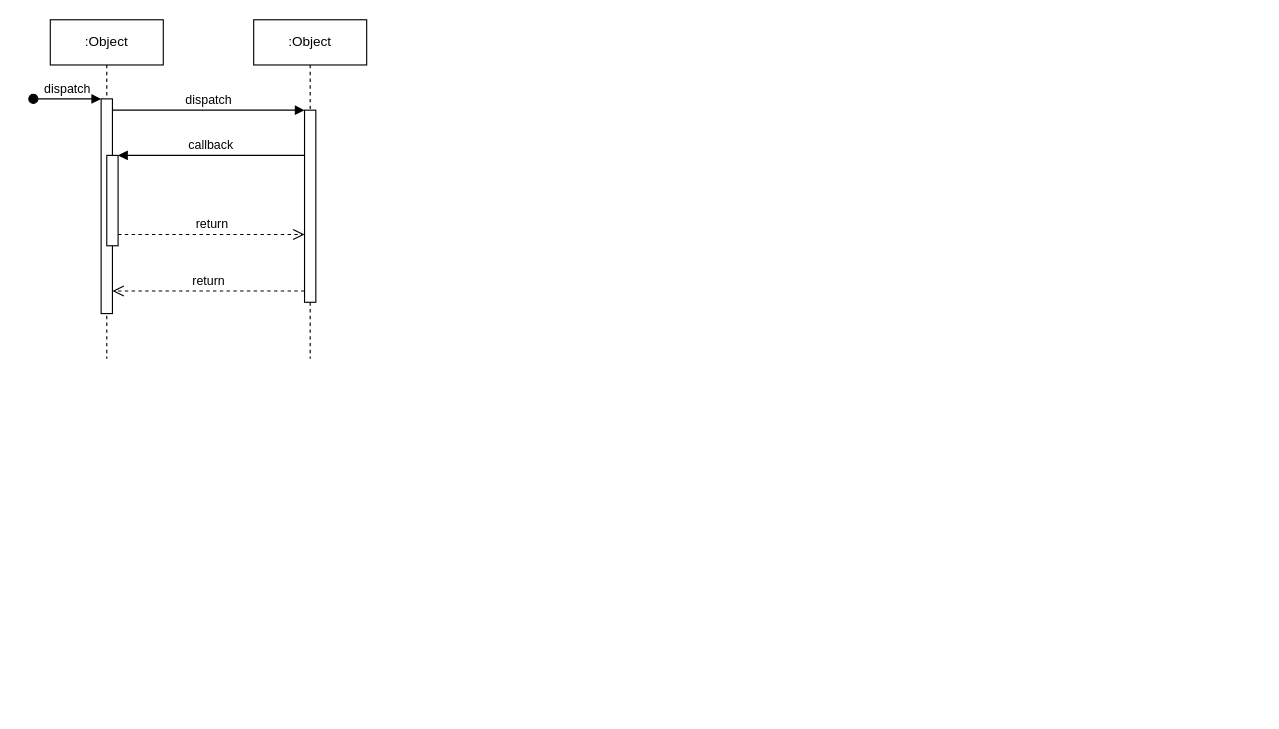
Earlier version of the draw.io diagram Untitled Diagram.drawio (htran170642/Airflow-Tutorial). Source tidied: cells renumbered, new cells numbered last; positions are measured from the earlier drawing's top-left corner, leaving out a move shared by most shapes. Both pictures are drawn from the tidied source at 113%, with x=0, y=0 at pixel (33, 19).
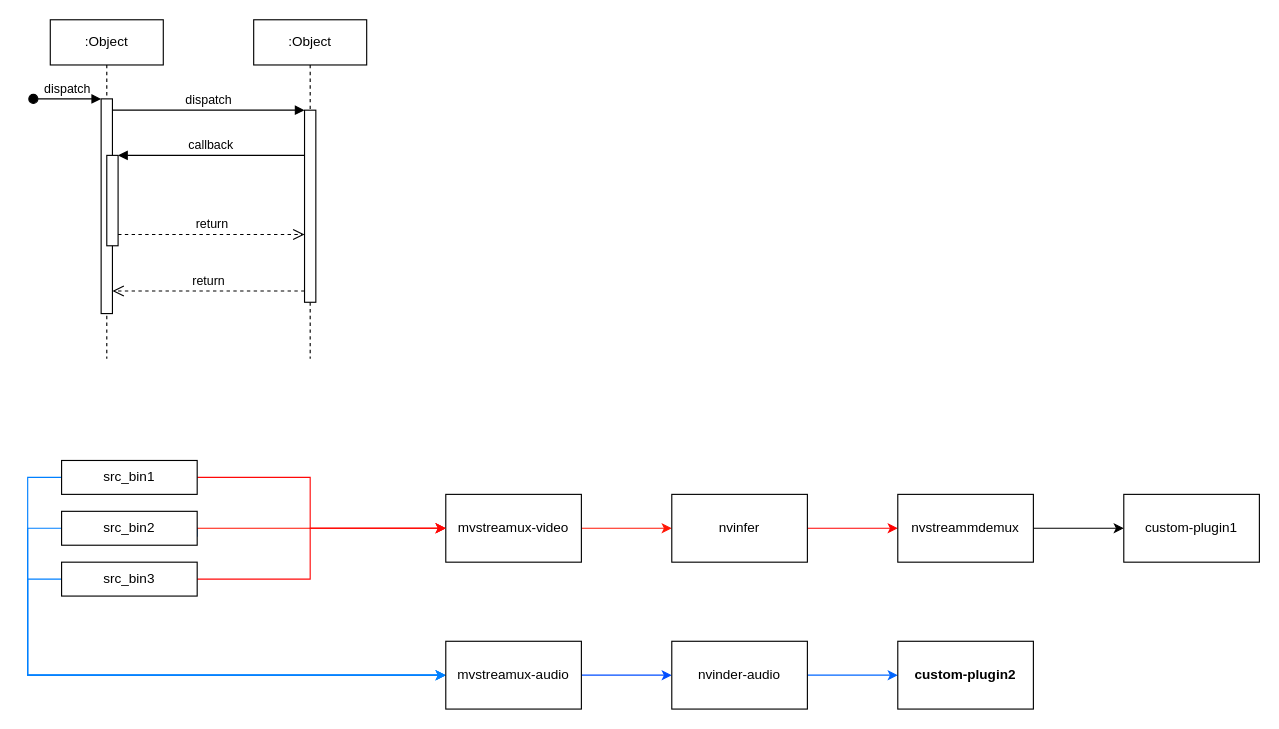
After the change.

Change to the diagram source:
```diff
@@
+    <mxCell id="12" style="edgeStyle=orthogonalEdgeStyle;rounded=0;jettySize=auto;html=1;strokeColor=#FF0808;" parent="1" edge="1" source="14" target="16">
+      <mxGeometry relative="1" as="geometry">
+        <Array as="points">
+          <mxPoint x="245" y="405" />
+          <mxPoint x="245" y="450" />
+        </Array>
+      </mxGeometry>
+    </mxCell>
+    <mxCell id="13" style="edgeStyle=orthogonalEdgeStyle;rounded=0;jettySize=auto;html=1;exitX=1;exitY=0.5;exitDx=0;exitDy=0;entryX=0;entryY=0.5;entryDx=0;entryDy=0;strokeColor=#0080FF;" parent="1" edge="1" source="14" target="26">
+      <mxGeometry relative="1" as="geometry">
+        <Array as="points">
+          <mxPoint x="-5" y="405" />
+          <mxPoint x="-5" y="580" />
+        </Array>
+      </mxGeometry>
+    </mxCell>
+    <mxCell id="14" value="src_bin1" style="rounded=0;whiteSpace=wrap;html=1;" parent="1" vertex="1">
+      <mxGeometry x="25" y="390" width="120" height="30" as="geometry" />
+    </mxCell>
+    <mxCell id="15" style="edgeStyle=orthogonalEdgeStyle;rounded=0;jettySize=auto;html=1;strokeColor=#FF1605;" parent="1" edge="1" source="16" target="24">
+      <mxGeometry relative="1" as="geometry" />
+    </mxCell>
+    <mxCell id="16" value="mvstreamux-video" style="whiteSpace=wrap;html=1;rounded=0;" parent="1" vertex="1">
+      <mxGeometry x="365" y="420" width="120" height="60" as="geometry" />
+    </mxCell>
+    <mxCell id="17" style="edgeStyle=orthogonalEdgeStyle;rounded=0;jettySize=auto;html=1;exitX=1;exitY=0.75;exitDx=0;exitDy=0;entryX=0;entryY=0.5;entryDx=0;entryDy=0;strokeColor=#0080FF;" parent="1" edge="1" source="19" target="26">
+      <mxGeometry relative="1" as="geometry">
+        <Array as="points">
+          <mxPoint x="145" y="450" />
+          <mxPoint x="-5" y="450" />
+          <mxPoint x="-5" y="580" />
+        </Array>
+      </mxGeometry>
+    </mxCell>
+    <mxCell id="18" style="edgeStyle=orthogonalEdgeStyle;rounded=0;jettySize=auto;html=1;exitX=1;exitY=0.5;exitDx=0;exitDy=0;entryX=0;entryY=0.5;entryDx=0;entryDy=0;strokeColor=#FF1100;" parent="1" edge="1" source="19" target="16">
+      <mxGeometry relative="1" as="geometry" />
+    </mxCell>
+    <mxCell id="19" value="src_bin2" style="rounded=0;whiteSpace=wrap;html=1;" parent="1" vertex="1">
+      <mxGeometry x="25" y="435" width="120" height="30" as="geometry" />
+    </mxCell>
+    <mxCell id="20" style="edgeStyle=orthogonalEdgeStyle;rounded=0;jettySize=auto;html=1;entryX=0;entryY=0.5;entryDx=0;entryDy=0;strokeColor=#FF0808;" parent="1" edge="1" source="22" target="16">
+      <mxGeometry relative="1" as="geometry">
+        <Array as="points">
+          <mxPoint x="245" y="495" />
+          <mxPoint x="245" y="450" />
+        </Array>
+      </mxGeometry>
+    </mxCell>
+    <mxCell id="21" style="edgeStyle=orthogonalEdgeStyle;rounded=0;jettySize=auto;html=1;exitX=0;exitY=0.5;exitDx=0;exitDy=0;entryX=0;entryY=0.5;entryDx=0;entryDy=0;strokeColor=#0080FF;" parent="1" edge="1" source="22" target="26">
+      <mxGeometry relative="1" as="geometry">
+        <Array as="points">
+          <mxPoint x="-5" y="495" />
+          <mxPoint x="-5" y="580" />
+        </Array>
+      </mxGeometry>
+    </mxCell>
+    <mxCell id="22" value="src_bin3" style="rounded=0;whiteSpace=wrap;html=1;" parent="1" vertex="1">
+      <mxGeometry x="25" y="480" width="120" height="30" as="geometry" />
+    </mxCell>
+    <mxCell id="23" style="edgeStyle=orthogonalEdgeStyle;rounded=0;jettySize=auto;html=1;strokeColor=#FF0000;" parent="1" edge="1" source="24" target="30">
+      <mxGeometry relative="1" as="geometry" />
+    </mxCell>
+    <mxCell id="24" value="nvinfer" style="whiteSpace=wrap;html=1;rounded=0;" parent="1" vertex="1">
+      <mxGeometry x="565" y="420" width="120" height="60" as="geometry" />
+    </mxCell>
+    <mxCell id="25" style="edgeStyle=orthogonalEdgeStyle;rounded=0;jettySize=auto;html=1;strokeColor=#004DFF;" parent="1" edge="1" source="26" target="28">
+      <mxGeometry relative="1" as="geometry" />
+    </mxCell>
+    <mxCell id="26" value="mvstreamux-audio" style="whiteSpace=wrap;html=1;rounded=0;" parent="1" vertex="1">
+      <mxGeometry x="365" y="550" width="120" height="60" as="geometry" />
+    </mxCell>
+    <mxCell id="27" style="edgeStyle=orthogonalEdgeStyle;rounded=0;jettySize=auto;html=1;strokeColor=#0066FF;" parent="1" edge="1" source="28" target="31">
+      <mxGeometry relative="1" as="geometry" />
+    </mxCell>
+    <mxCell id="28" value="nvinder-audio" style="whiteSpace=wrap;html=1;rounded=0;" parent="1" vertex="1">
+      <mxGeometry x="565" y="550" width="120" height="60" as="geometry" />
+    </mxCell>
+    <mxCell id="29" style="edgeStyle=orthogonalEdgeStyle;rounded=0;jettySize=auto;html=1;" parent="1" edge="1" source="30" target="32">
+      <mxGeometry relative="1" as="geometry" />
+    </mxCell>
+    <mxCell id="30" value="nvstreammdemux" style="whiteSpace=wrap;html=1;rounded=0;" parent="1" vertex="1">
+      <mxGeometry x="765" y="420" width="120" height="60" as="geometry" />
+    </mxCell>
+    <mxCell id="31" value="&lt;b&gt;custom-plugin2&lt;/b&gt;" style="whiteSpace=wrap;html=1;rounded=0;" parent="1" vertex="1">
+      <mxGeometry x="765" y="550" width="120" height="60" as="geometry" />
+    </mxCell>
+    <mxCell id="32" value="custom-plugin1" style="whiteSpace=wrap;html=1;rounded=0;" parent="1" vertex="1">
+      <mxGeometry x="965" y="420" width="120" height="60" as="geometry" />
+    </mxCell>
```
